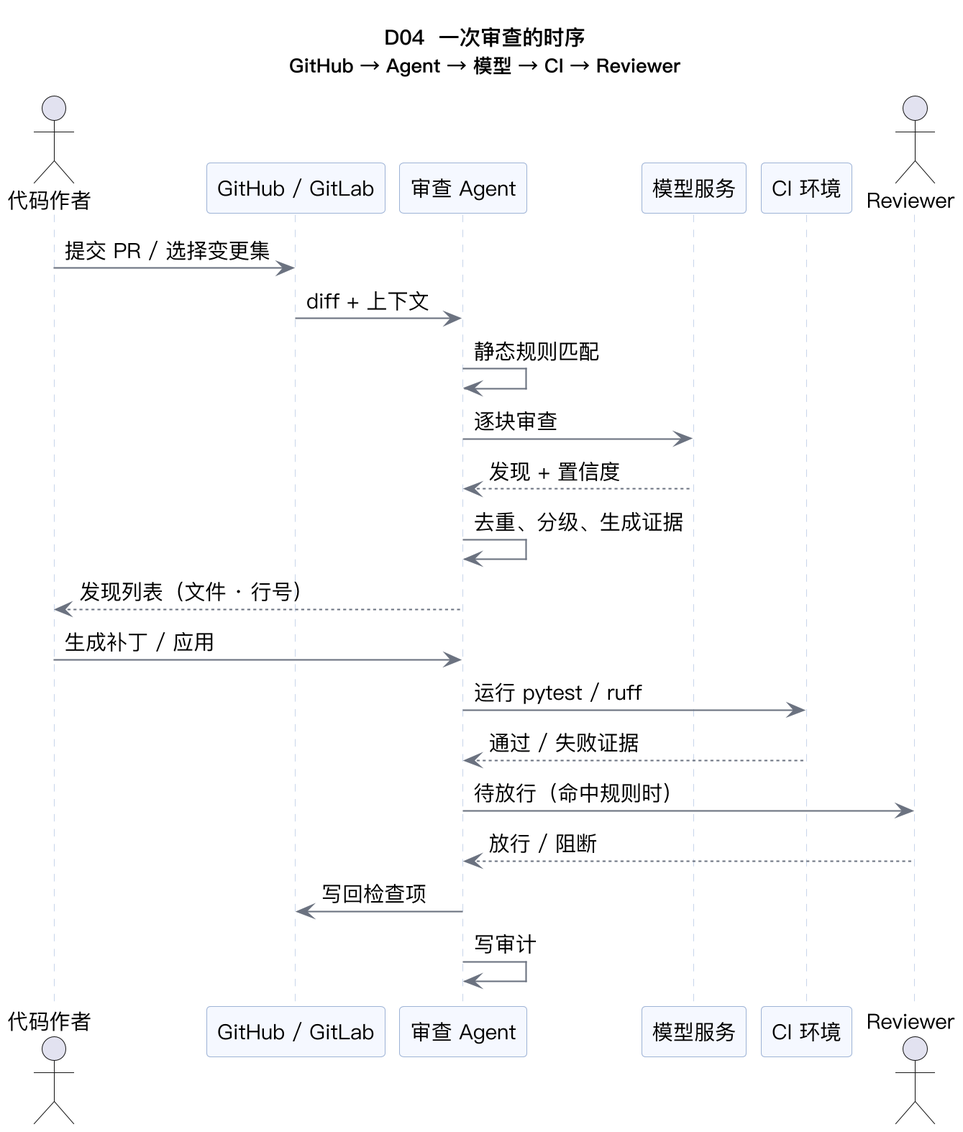
yemuxue/code-review-agent keeps this PlantUML diagram as 可信代码审查Agent/03_可编辑源文件/PlantUML/D04_一次审查时序图.png. Above is the earlier version.
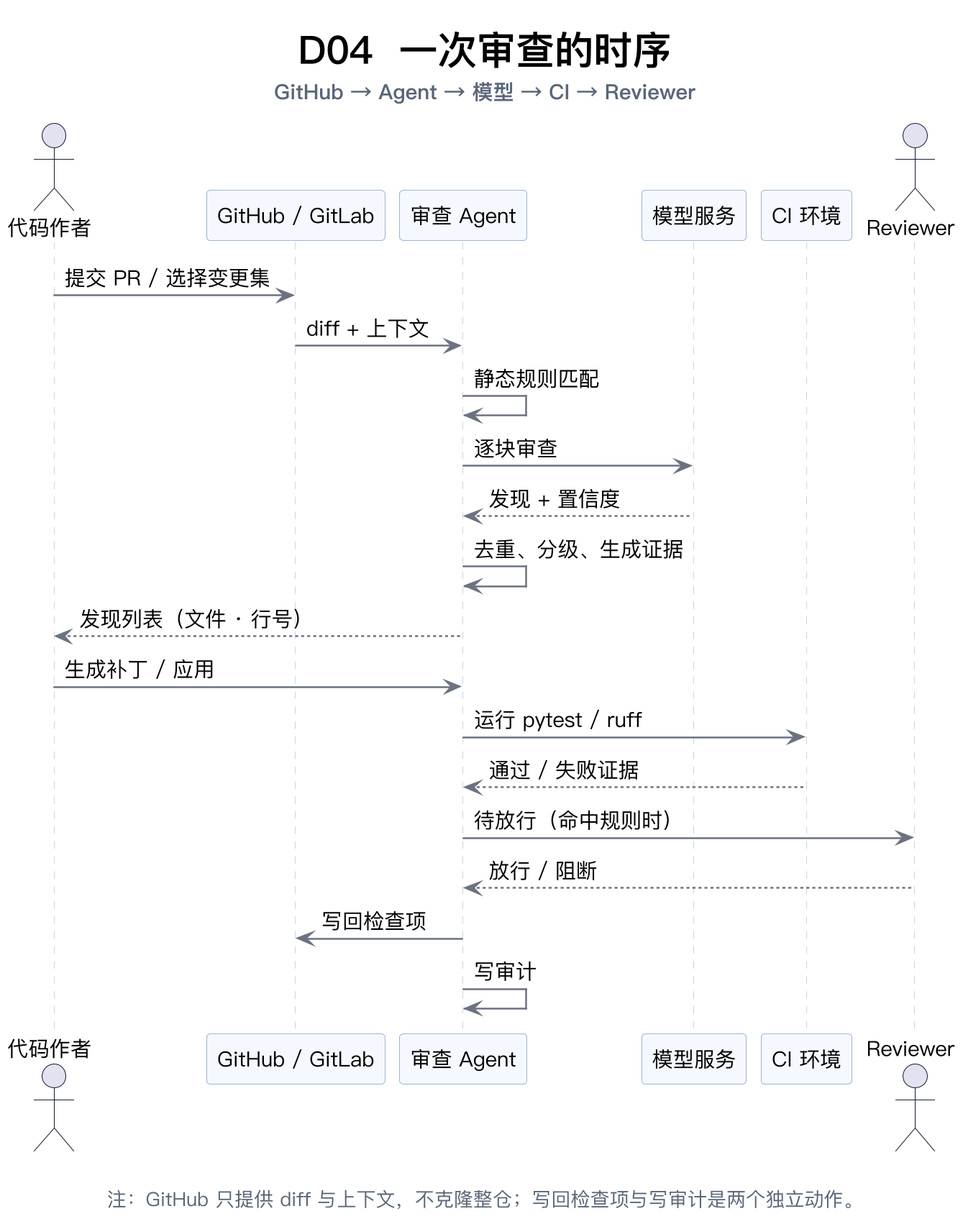
The same file after the commit.

What changed in the source:
```diff
@@ -1,5 +1,7 @@
 @startuml
 skinparamlocked dpi 200
+!include _style.iuml
+title <size:26><b>D04  一次审查的时序</b></size>\n<size:14><color:#5A6678>GitHub → Agent → 模型 → CI → Reviewer</color></size>
 skinparam shadowing false
 skinparam backgroundColor #FFFFFF
 skinparam defaultFontSize 14
@@ -10,7 +12,7 @@
   ParticipantBackgroundColor #F5F8FF
   ParticipantBorderColor #9FB4D6
 }
-title D04  一次审查的时序\n<size:13>GitHub → Agent → 模型 → CI → Reviewer</size>
+
 
 actor "代码作者" as U
 participant "GitHub / GitLab" as G
@@ -33,4 +35,5 @@
 R --> A : 放行 / 阻断
 A -> G : 写回检查项
 A -> A : 写审计
+caption \n<size:13><color:#5A6678>注：GitHub 只提供 diff 与上下文，不克隆整仓；写回检查项与写审计是两个独立动作。</color></size>
 @enduml
```
